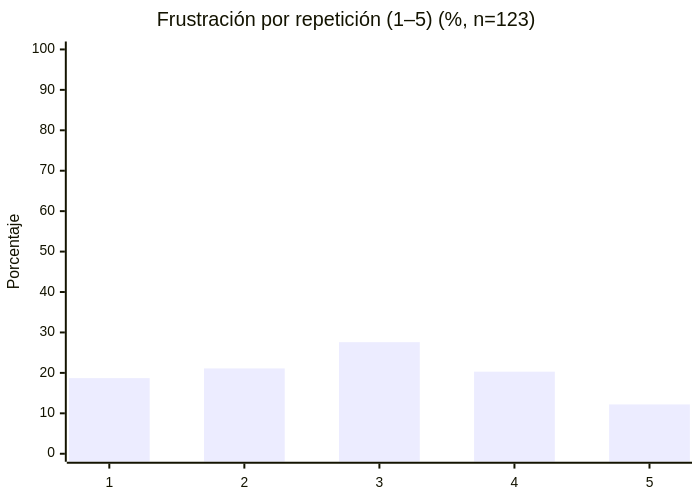
Earlier version of the Mermaid export images/diagrams/encuesta_frustracion.png (smith-3/Taller-Grado-II). Its source is kept beside it as images/diagrams/encuesta_frustracion.mmd. Its diagram source:
```mermaid
%%{init: { 'theme': 'default' } }%%
xychart-beta
    title "Frustración por repetición (1–5) (%, n=123)"
    x-axis ["1", "2", "3", "4", "5"]
    y-axis "Porcentaje" 0 --> 100
    bar "Porcentaje" [18.7, 21.1, 27.6, 20.3, 12.2]
```
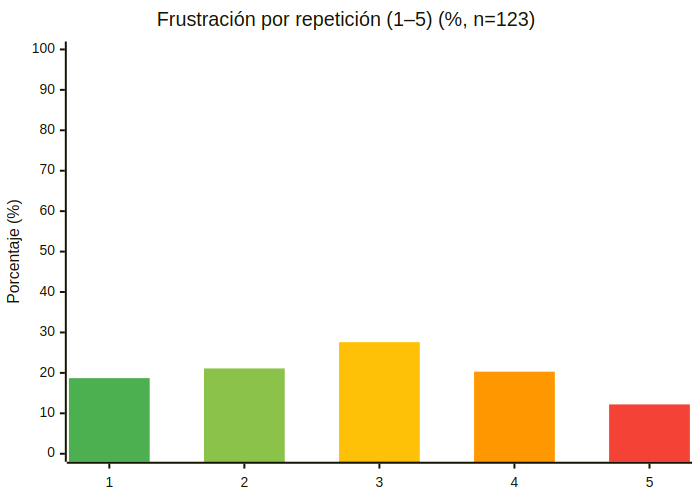
The same diagram one commit later.

Diff of the diagram source:
```diff
@@ -1,6 +1,17 @@
-%%{init: { 'theme': 'default' } }%%
+%%{init: {
+  'theme': 'default',
+  'themeVariables': {
+    'xyChart': {
+      'plotColorPalette': '#4CAF50, #8BC34A, #FFC107, #FF9800, #F44336'
+    }
+  }
+}}%%
 xychart-beta
     title "Frustración por repetición (1–5) (%, n=123)"
     x-axis ["1", "2", "3", "4", "5"]
-    y-axis "Porcentaje" 0 --> 100
-    bar "Porcentaje" [18.7, 21.1, 27.6, 20.3, 12.2]
+    y-axis "Porcentaje (%)" 0 --> 100
+    bar [18.7, -1.9, -1.9, -1.9, -1.9]
+    bar [-1.9, 21.1, -1.9, -1.9, -1.9]
+    bar [-1.9, -1.9, 27.6, -1.9, -1.9]
+    bar [-1.9, -1.9, -1.9, 20.3, -1.9]
+    bar [-1.9, -1.9, -1.9, -1.9, 12.2]
```
